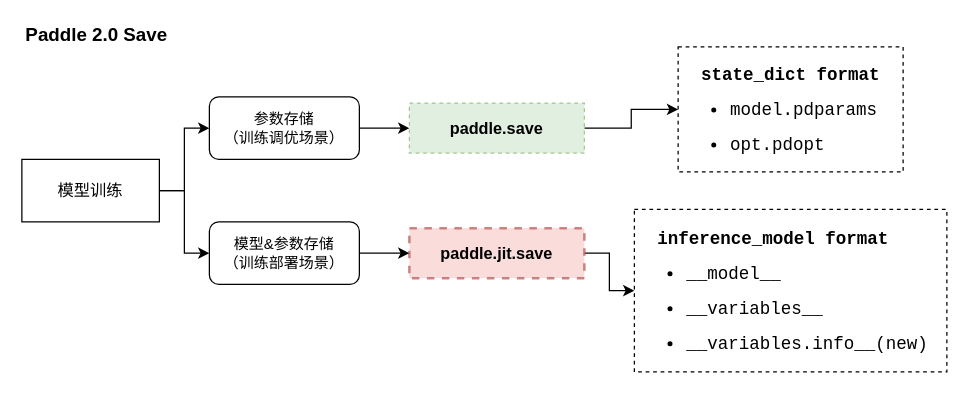
Earlier version of the draw.io diagram page "save2.0" (5 of 6) of save-load.drawio (chenwhql/diagrams). Source tidied: cells renumbered, new cells numbered last; positions are measured from the earlier drawing's top-left corner, leaving out a move shared by most shapes. Both pictures are drawn from the tidied source at 125%, with x=0, y=0 at pixel (21, 21).
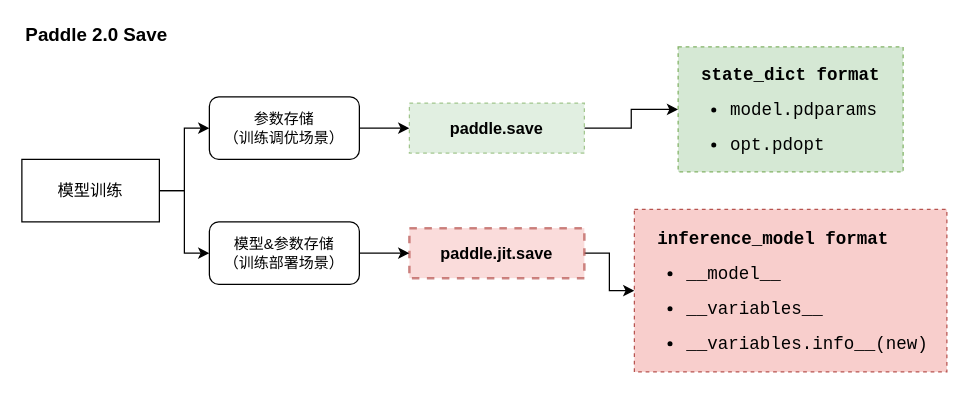
The same diagram, later.

The edit, as a diff of the source:
```diff
@@
 <mxGraphModel>
   <root>
     <mxCell id="0" />
     <mxCell id="1" parent="0" />
     <mxCell id="2" style="edgeStyle=orthogonalEdgeStyle;rounded=0;jettySize=auto;html=1;exitX=1;exitY=0.5;exitDx=0;exitDy=0;entryX=0;entryY=0.5;entryDx=0;entryDy=0;fontSize=15;" parent="1" edge="1" source="3" target="11">
       <mxGeometry relative="1" as="geometry">
         <Array as="points">
           <mxPoint x="130" y="135" />
           <mxPoint x="130" y="85" />
         </Array>
       </mxGeometry>
     </mxCell>
     <mxCell id="3" value="模型训练" style="rounded=0;whiteSpace=wrap;html=1;fontSize=13;" parent="1" vertex="1">
       <mxGeometry y="110" width="110" height="50" as="geometry" />
     </mxCell>
     <mxCell id="4" style="edgeStyle=orthogonalEdgeStyle;rounded=0;jettySize=auto;html=1;exitX=1;exitY=0.5;exitDx=0;exitDy=0;entryX=0;entryY=0.5;entryDx=0;entryDy=0;fontSize=15;" parent="1" edge="1" source="3" target="13">
       <mxGeometry relative="1" as="geometry">
         <Array as="points">
           <mxPoint x="130" y="135" />
           <mxPoint x="130" y="185" />
         </Array>
       </mxGeometry>
     </mxCell>
     <mxCell id="5" style="edgeStyle=orthogonalEdgeStyle;rounded=0;jettySize=auto;html=1;fontSize=15;" parent="1" edge="1" source="6" target="14">
       <mxGeometry relative="1" as="geometry" />
     </mxCell>
     <mxCell id="6" value="&lt;span&gt;paddle.save&lt;/span&gt;" style="rounded=0;whiteSpace=wrap;html=1;dashed=1;fontSize=13;opacity=70;fillColor=#d5e8d4;strokeColor=#82b366;fontStyle=1;" parent="1" vertex="1">
       <mxGeometry x="310" y="65" width="140" height="40" as="geometry" />
     </mxCell>
     <mxCell id="7" style="edgeStyle=orthogonalEdgeStyle;rounded=0;jettySize=auto;html=1;exitX=1;exitY=0.5;exitDx=0;exitDy=0;fontSize=15;" parent="1" edge="1" source="8" target="15">
       <mxGeometry relative="1" as="geometry" />
     </mxCell>
     <mxCell id="8" value="&lt;span&gt;paddle.jit.save&lt;/span&gt;" style="rounded=0;whiteSpace=wrap;html=1;dashed=1;fontSize=13;opacity=70;fillColor=#f8cecc;strokeColor=#b85450;strokeWidth=2;fontStyle=1;" parent="1" vertex="1">
       <mxGeometry x="310" y="165" width="140" height="40" as="geometry" />
     </mxCell>
     <mxCell id="9" value="Paddle 2.0 Save" style="text;html=1;strokeColor=none;fillColor=none;align=center;verticalAlign=middle;whiteSpace=wrap;rounded=0;dashed=1;fontSize=15;opacity=70;fontStyle=1;" parent="1" vertex="1">
       <mxGeometry width="120" height="20" as="geometry" />
     </mxCell>
     <mxCell id="10" style="edgeStyle=orthogonalEdgeStyle;rounded=0;jettySize=auto;html=1;exitX=1;exitY=0.5;exitDx=0;exitDy=0;entryX=0;entryY=0.5;entryDx=0;entryDy=0;fontSize=15;" parent="1" edge="1" source="11" target="6">
       <mxGeometry relative="1" as="geometry" />
     </mxCell>
     <mxCell id="11" value="参数存储&lt;br&gt;（训练调优场景）" style="rounded=1;whiteSpace=wrap;html=1;" parent="1" vertex="1">
       <mxGeometry x="150" y="60" width="120" height="50" as="geometry" />
     </mxCell>
     <mxCell id="12" style="edgeStyle=orthogonalEdgeStyle;rounded=0;jettySize=auto;html=1;exitX=1;exitY=0.5;exitDx=0;exitDy=0;entryX=0;entryY=0.5;entryDx=0;entryDy=0;fontSize=15;" parent="1" edge="1" source="13" target="8">
       <mxGeometry relative="1" as="geometry" />
     </mxCell>
     <mxCell id="13" value="模型&amp;amp;参数存储&lt;br&gt;（训练部署场景）" style="rounded=1;whiteSpace=wrap;html=1;" parent="1" vertex="1">
       <mxGeometry x="150" y="160" width="120" height="50" as="geometry" />
     </mxCell>
-    <mxCell id="14" value="&lt;pre&gt;&lt;pre style=&quot;font-size: 14px ; line-height: 100%&quot;&gt;&lt;font face=&quot;Courier New&quot; style=&quot;font-size: 14px&quot;&gt;&lt;span style=&quot;font-weight: 700 ; text-align: center&quot;&gt;  state_dict&amp;nbsp;&lt;/span&gt;&lt;span style=&quot;font-weight: 700 ; text-align: center&quot;&gt;format&lt;/span&gt;&lt;/font&gt;&lt;ul&gt;&lt;li&gt;model.pdparams&lt;/li&gt;&lt;/ul&gt;&lt;ul&gt;&lt;li&gt;opt.pdopt&lt;/li&gt;&lt;/ul&gt;&lt;/pre&gt;&lt;/pre&gt;" style="text;html=1;fillColor=none;align=left;verticalAlign=middle;whiteSpace=wrap;rounded=0;fontSize=15;dashed=1;strokeColor=#000000;" parent="1" vertex="1">
+    <mxCell id="14" value="&lt;pre&gt;&lt;pre style=&quot;font-size: 14px ; line-height: 100%&quot;&gt;&lt;font face=&quot;Courier New&quot; style=&quot;font-size: 14px&quot;&gt;&lt;span style=&quot;font-weight: 700 ; text-align: center&quot;&gt;  state_dict&amp;nbsp;&lt;/span&gt;&lt;span style=&quot;font-weight: 700 ; text-align: center&quot;&gt;format&lt;/span&gt;&lt;/font&gt;&lt;ul&gt;&lt;li&gt;model.pdparams&lt;/li&gt;&lt;/ul&gt;&lt;ul&gt;&lt;li&gt;opt.pdopt&lt;/li&gt;&lt;/ul&gt;&lt;/pre&gt;&lt;/pre&gt;" style="text;html=1;fillColor=#d5e8d4;align=left;verticalAlign=middle;whiteSpace=wrap;rounded=0;fontSize=15;dashed=1;strokeColor=#82b366;" parent="1" vertex="1">
       <mxGeometry x="525" y="20" width="180" height="100" as="geometry" />
     </mxCell>
-    <mxCell id="15" value="&lt;pre&gt;&lt;pre style=&quot;font-size: 14px ; line-height: 100%&quot;&gt;&lt;font face=&quot;Courier New&quot; style=&quot;font-size: 14px&quot;&gt;&lt;span style=&quot;font-weight: 700 ; text-align: center&quot;&gt;  inference_model&amp;nbsp;&lt;/span&gt;&lt;span style=&quot;font-weight: 700 ; text-align: center&quot;&gt;format&lt;/span&gt;&lt;/font&gt;&lt;pre&gt;&lt;ul&gt;&lt;li&gt;__model__&lt;/li&gt;&lt;/ul&gt;&lt;ul&gt;&lt;li&gt;__variables__&lt;/li&gt;&lt;/ul&gt;&lt;ul&gt;&lt;li&gt;__variables.info__(new)&lt;/li&gt;&lt;/ul&gt;&lt;/pre&gt;&lt;/pre&gt;&lt;/pre&gt;" style="text;html=1;fillColor=none;align=left;verticalAlign=middle;whiteSpace=wrap;rounded=0;fontSize=15;dashed=1;strokeColor=#000000;" parent="1" vertex="1">
+    <mxCell id="15" value="&lt;pre&gt;&lt;pre style=&quot;font-size: 14px ; line-height: 100%&quot;&gt;&lt;font face=&quot;Courier New&quot; style=&quot;font-size: 14px&quot;&gt;&lt;span style=&quot;font-weight: 700 ; text-align: center&quot;&gt;  inference_model&amp;nbsp;&lt;/span&gt;&lt;span style=&quot;font-weight: 700 ; text-align: center&quot;&gt;format&lt;/span&gt;&lt;/font&gt;&lt;pre&gt;&lt;ul&gt;&lt;li&gt;__model__&lt;/li&gt;&lt;/ul&gt;&lt;ul&gt;&lt;li&gt;__variables__&lt;/li&gt;&lt;/ul&gt;&lt;ul&gt;&lt;li&gt;__variables.info__(new)&lt;/li&gt;&lt;/ul&gt;&lt;/pre&gt;&lt;/pre&gt;&lt;/pre&gt;" style="text;html=1;fillColor=#f8cecc;align=left;verticalAlign=middle;whiteSpace=wrap;rounded=0;fontSize=15;dashed=1;strokeColor=#b85450;" parent="1" vertex="1">
       <mxGeometry x="490" y="150" width="250" height="130" as="geometry" />
     </mxCell>
   </root>
 </mxGraphModel>
```
